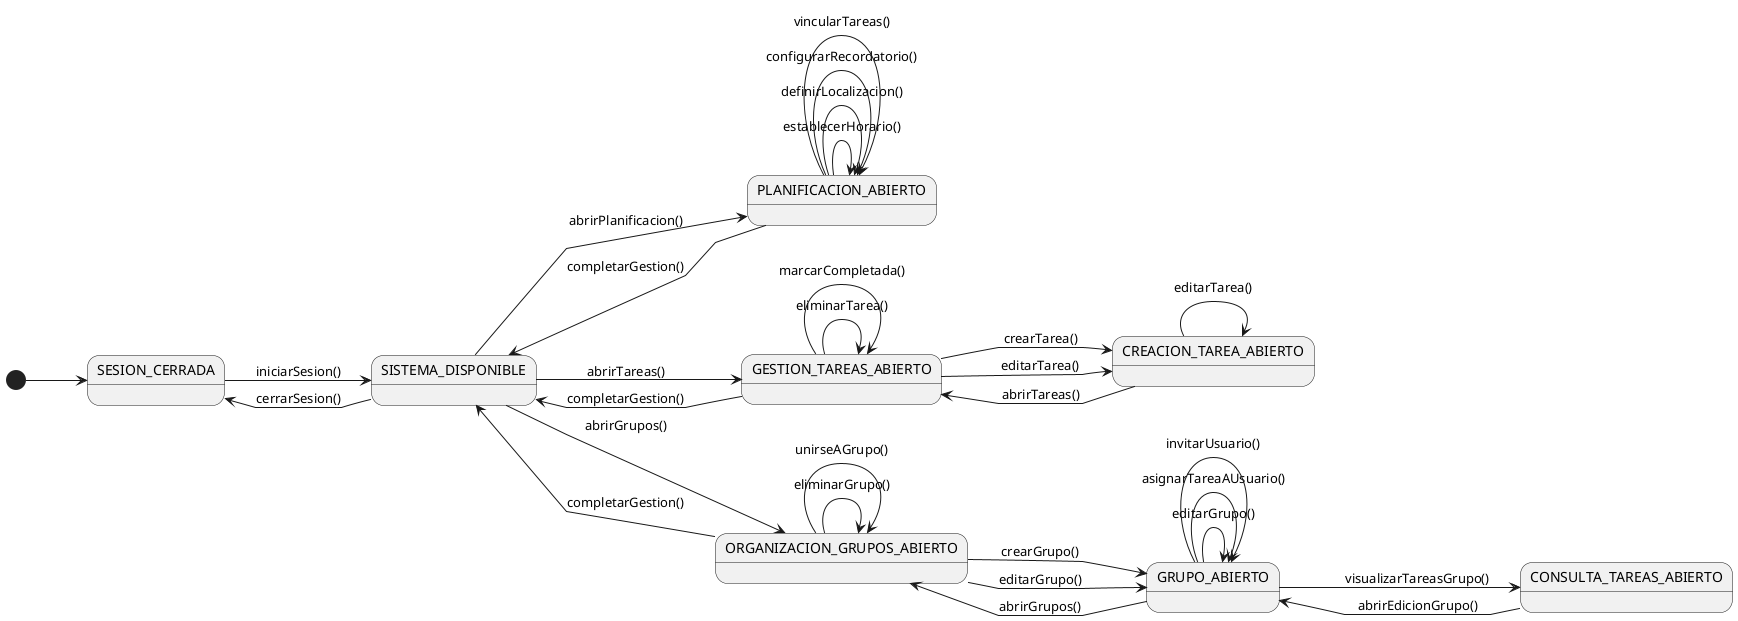
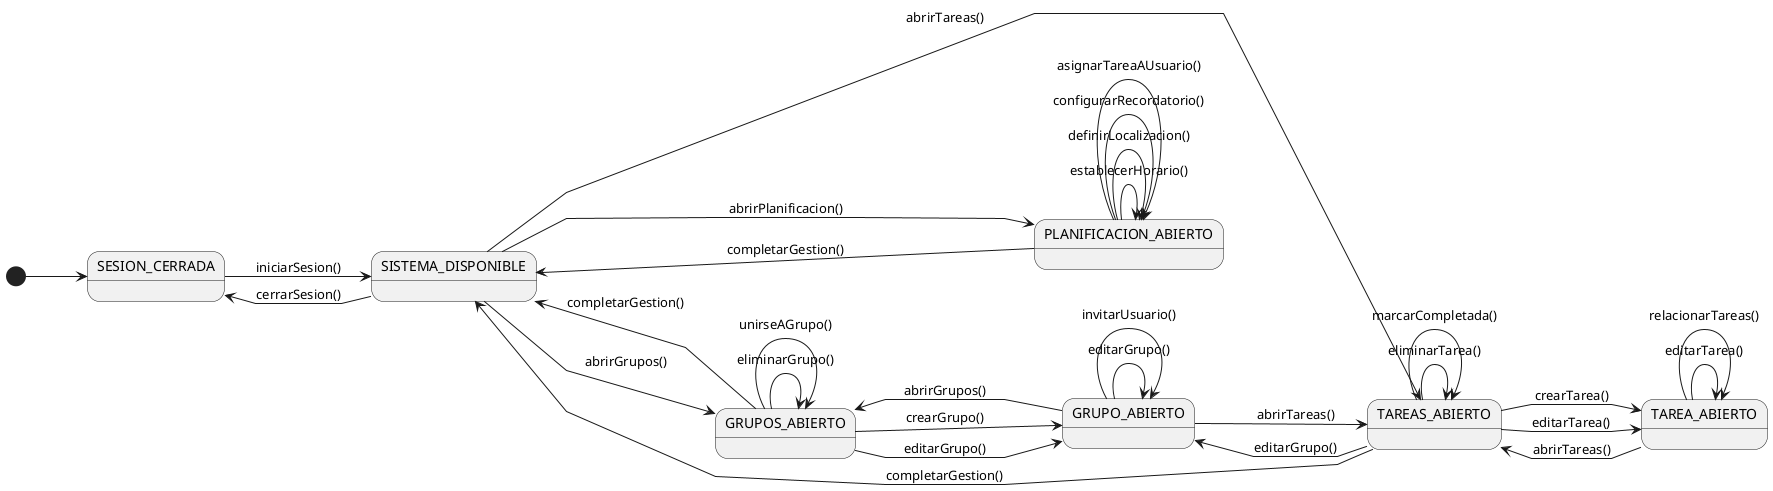
@startuml DiagramaContextoAdmin
left to right direction
skinparam linetype polyline

state "SESION_CERRADA" as NoAuth
state "SISTEMA_DISPONIBLE" as Menu

state "PLANIFICACION_ABIERTO" as Planificacion

- state "GESTION_TAREAS_ABIERTO" as ListProgramas
- state "CREACION_TAREA_ABIERTO" as EditPrograma
+ state "TAREAS_ABIERTO" as ListProgramas
+ state "TAREA_ABIERTO" as EditPrograma

- state "ORGANIZACION_GRUPOS_ABIERTO" as ListGrupos
+ state "GRUPOS_ABIERTO" as ListGrupos
state "GRUPO_ABIERTO" as EditGrupo
- state "CONSULTA_TAREAS_ABIERTO" as EditConsultaTareas


[*] --> NoAuth

NoAuth --> Menu : iniciarSesion()

Menu --> NoAuth : cerrarSesion()
Menu --> ListProgramas: abrirTareas()
Menu --> ListGrupos: abrirGrupos()
- Menu --> Planificacion: abrirPlanificacion()
+ Menu ---> Planificacion: abrirPlanificacion()

Planificacion --> Planificacion: establecerHorario()
Planificacion --> Planificacion: definirLocalizacion()
Planificacion --> Planificacion: configurarRecordatorio()
- Planificacion --> Planificacion: vincularTareas()
+ Planificacion --> Planificacion: asignarTareaAUsuario()

ListProgramas --> EditPrograma: crearTarea()
ListProgramas --> EditPrograma: editarTarea()
ListProgramas --> ListProgramas: eliminarTarea()
ListProgramas --> ListProgramas: marcarCompletada()
+ ListProgramas --> EditGrupo: editarGrupo()

EditPrograma --> EditPrograma: editarTarea()
EditPrograma --> ListProgramas: abrirTareas()
+ EditPrograma --> EditPrograma: relacionarTareas()

ListGrupos --> EditGrupo: crearGrupo()
ListGrupos --> EditGrupo: editarGrupo()
ListGrupos --> ListGrupos: eliminarGrupo()
ListGrupos --> ListGrupos: unirseAGrupo()

- EditGrupo --> EditConsultaTareas: visualizarTareasGrupo()
+ EditGrupo --> ListProgramas: abrirTareas()
EditGrupo --> ListGrupos: abrirGrupos()
EditGrupo --> EditGrupo: editarGrupo()
- EditGrupo --> EditGrupo: asignarTareaAUsuario()
EditGrupo --> EditGrupo: invitarUsuario()
- 
- EditConsultaTareas --> EditGrupo: abrirEdicionGrupo()

ListProgramas --> Menu: completarGestion()
ListGrupos --> Menu: completarGestion()
Planificacion --> Menu: completarGestion()
@enduml